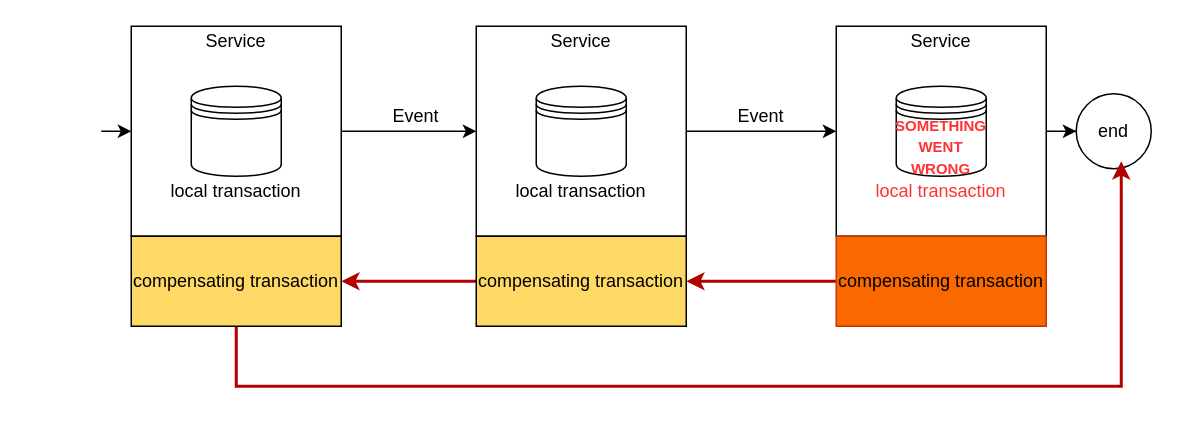
The draw.io diagram page "saga-rollback" (3 of 5) of sagas.drawio in kayaman/diagrams, before the edit. Source tidied: cells renumbered, new cells numbered last; positions are measured from the earlier drawing's top-left corner, leaving out a move shared by most shapes. Both pictures are drawn from the tidied source at 150%, with x=0, y=0 at pixel (100, 26).
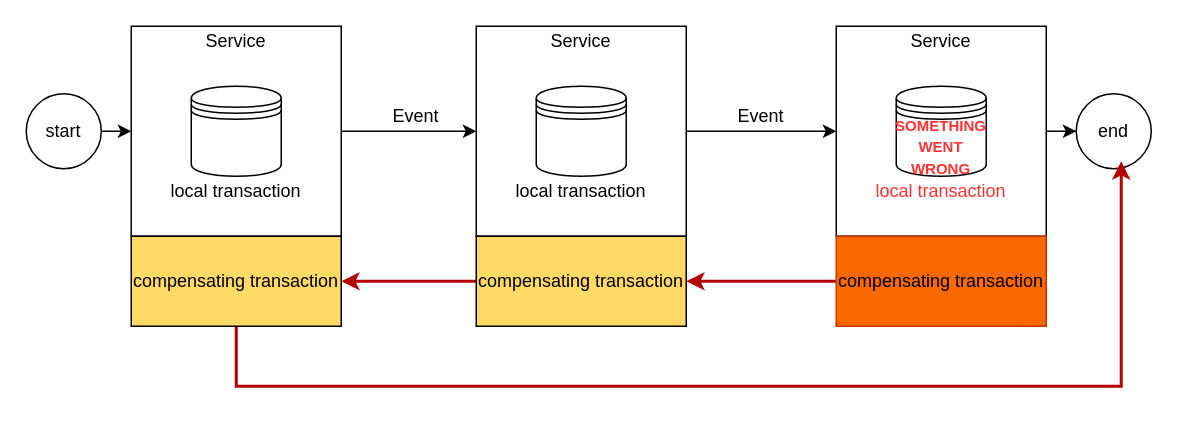
The same diagram, later.

The edit, as a diff of the source:
```diff
@@
+    <mxCell id="30" value="start" style="ellipse;whiteSpace=wrap;html=1;" parent="1" vertex="1">
+      <mxGeometry x="-50" y="45" width="50" height="50" as="geometry" />
+    </mxCell>
```
